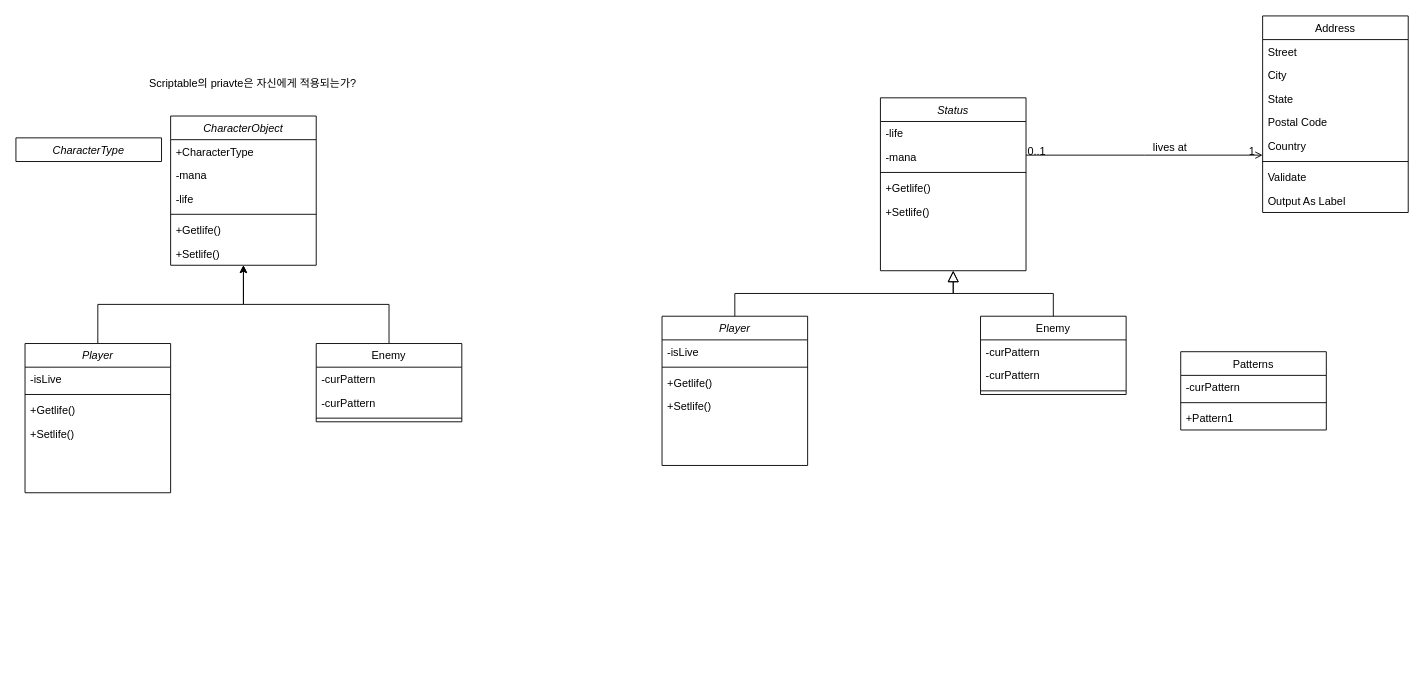
This is 제목 없는 다이어그램.drawio from hu4nana/ClassIdeas, a draw.io file, before an edit. Source tidied: cells renumbered, new cells numbered last; positions are measured from the earlier drawing's top-left corner, leaving out a move shared by most shapes. Both pictures are drawn from the tidied source at 91%, with x=0, y=0 at pixel (15, 15).
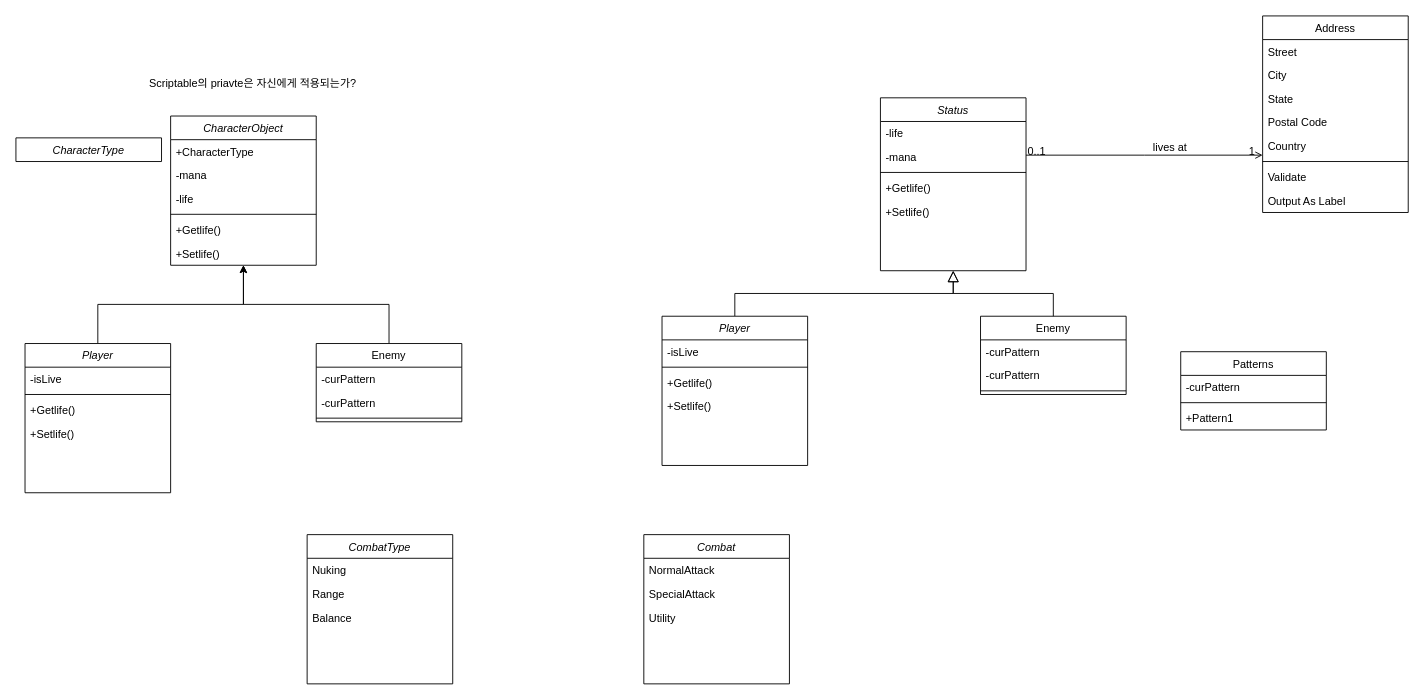
The same diagram, later.

Commit message:
제목 없는 다이어그램.drawio 업데이트

Change to the diagram source:
```diff
@@
+    <mxCell id="56" value="CombatType" style="swimlane;fontStyle=2;align=center;verticalAlign=top;horizontal=1;startSize=26;rounded=0;shadow=0;strokeWidth=1;" parent="1" vertex="1">
+      <mxGeometry x="320" y="570" width="160" height="164" as="geometry" />
+    </mxCell>
+    <mxCell id="57" value="Nuking" style="text;align=left;verticalAlign=top;spacingLeft=4;spacingRight=4;overflow=hidden;" parent="56" vertex="1">
+      <mxGeometry y="26" width="160" height="26" as="geometry" />
+    </mxCell>
+    <mxCell id="58" value="Range" style="text;align=left;verticalAlign=top;spacingLeft=4;spacingRight=4;overflow=hidden;" parent="56" vertex="1">
+      <mxGeometry y="52" width="160" height="26" as="geometry" />
+    </mxCell>
+    <mxCell id="59" value="Balance" style="text;align=left;verticalAlign=top;spacingLeft=4;spacingRight=4;overflow=hidden;" parent="56" vertex="1">
+      <mxGeometry y="78" width="160" height="26" as="geometry" />
+    </mxCell>
+    <mxCell id="60" value="Combat" style="swimlane;fontStyle=2;align=center;verticalAlign=top;horizontal=1;startSize=26;rounded=0;shadow=0;strokeWidth=1;" parent="1" vertex="1">
+      <mxGeometry x="690" y="570" width="160" height="164" as="geometry" />
+    </mxCell>
+    <mxCell id="61" value="NormalAttack" style="text;align=left;verticalAlign=top;spacingLeft=4;spacingRight=4;overflow=hidden;" parent="60" vertex="1">
+      <mxGeometry y="26" width="160" height="26" as="geometry" />
+    </mxCell>
+    <mxCell id="62" value="SpecialAttack" style="text;align=left;verticalAlign=top;spacingLeft=4;spacingRight=4;overflow=hidden;" parent="60" vertex="1">
+      <mxGeometry y="52" width="160" height="26" as="geometry" />
+    </mxCell>
+    <mxCell id="63" value="Utility" style="text;align=left;verticalAlign=top;spacingLeft=4;spacingRight=4;overflow=hidden;" parent="60" vertex="1">
+      <mxGeometry y="78" width="160" height="26" as="geometry" />
+    </mxCell>
```
